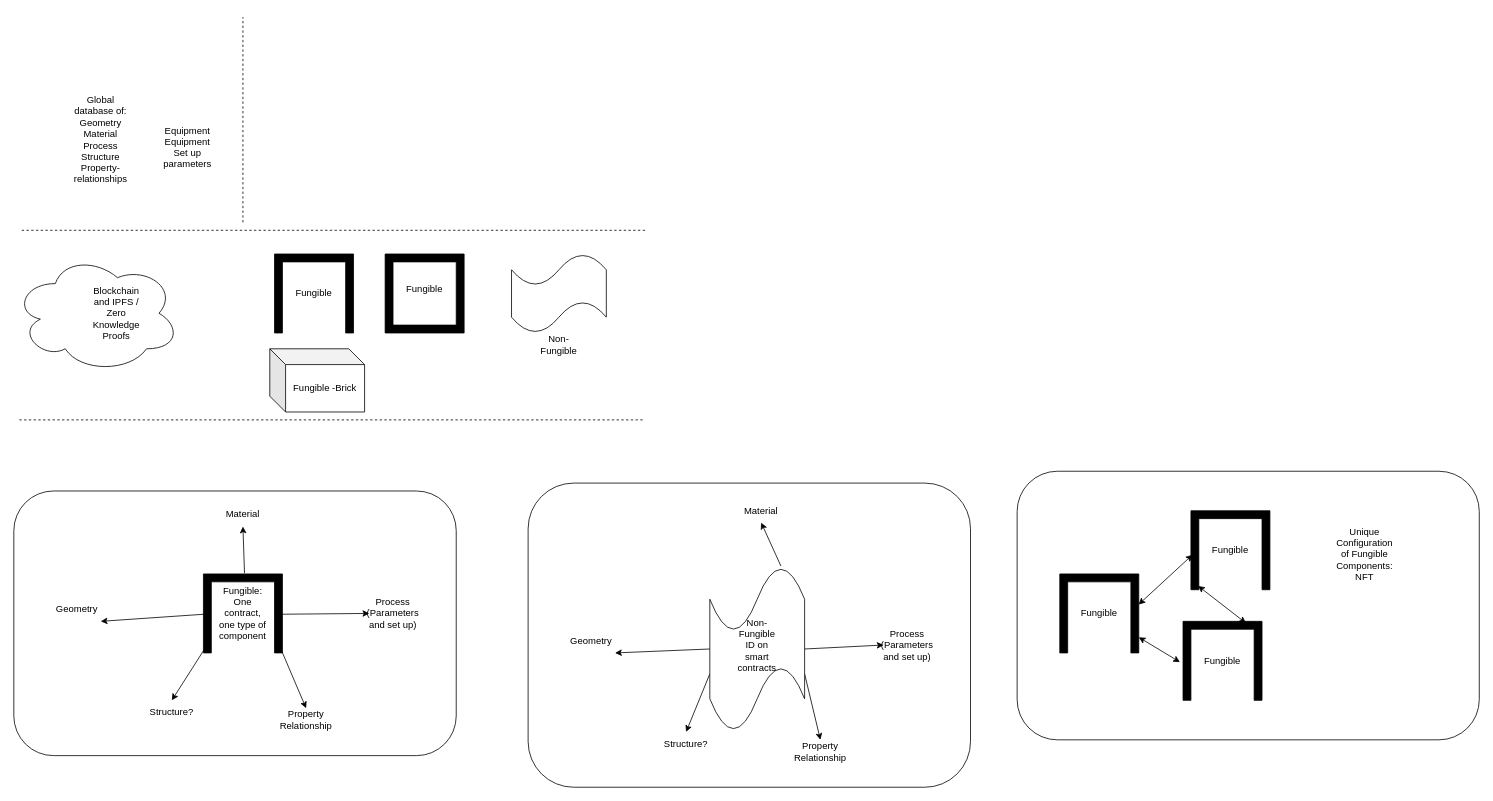
Before: additive_manufacturing_BC.drawio in arlav/BC_additive_manufacturing, a draw.io diagram. Source tidied: cells renumbered, new cells numbered last; positions are measured from the earlier drawing's top-left corner, leaving out a move shared by most shapes. Both pictures are drawn from the tidied source at 79%, with x=0, y=0 at pixel (13, 17).
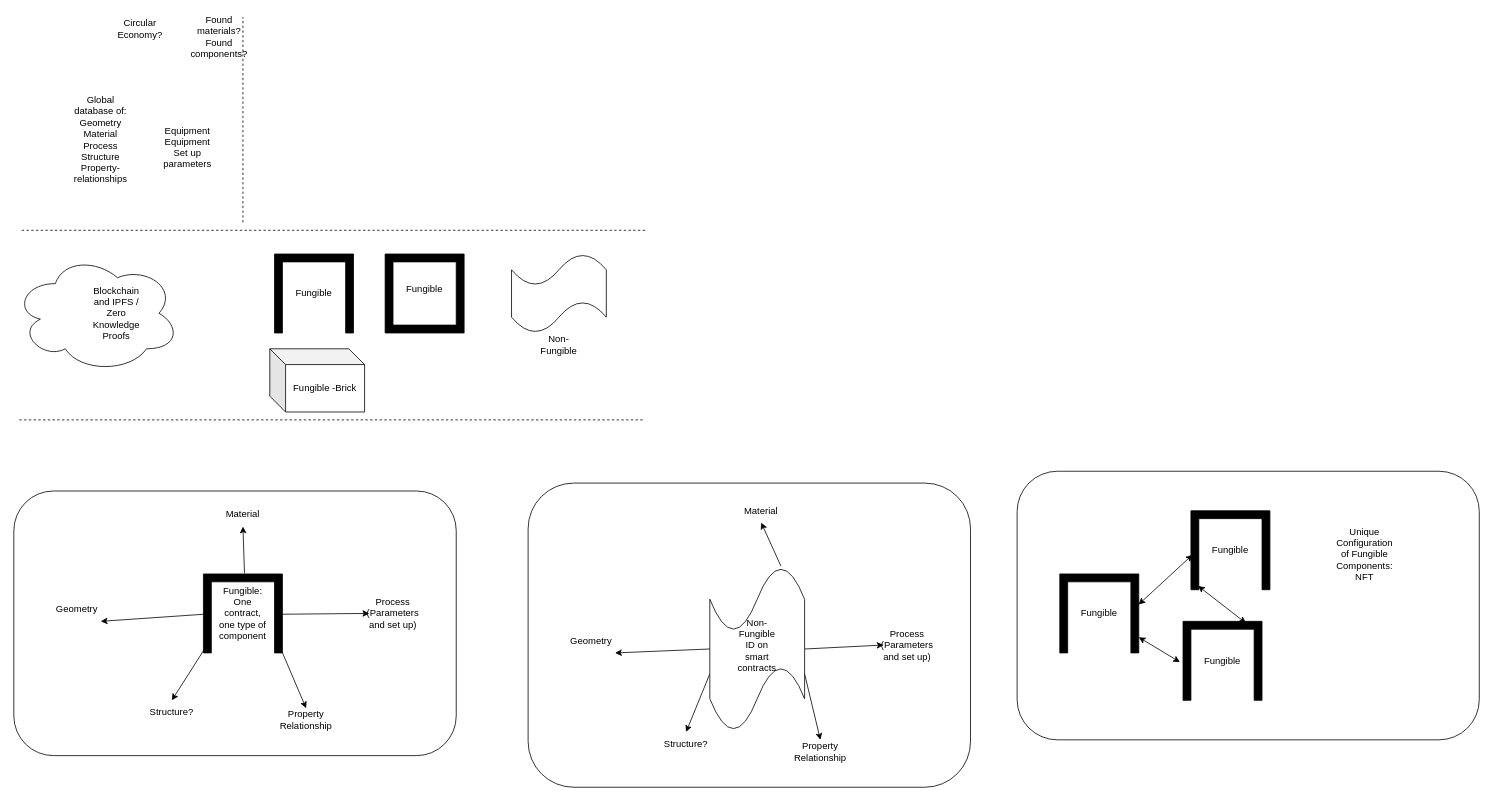
The same diagram, later.

What changed in the source:
```diff
@@
+    <mxCell id="62" value="Circular Economy?" style="text;html=1;strokeColor=none;fillColor=none;align=center;verticalAlign=middle;whiteSpace=wrap;rounded=0;" parent="1" vertex="1">
+      <mxGeometry x="130" width="60" height="30" as="geometry" />
+    </mxCell>
+    <mxCell id="63" value="Found materials? Found components?" style="text;html=1;strokeColor=none;fillColor=none;align=center;verticalAlign=middle;whiteSpace=wrap;rounded=0;" parent="1" vertex="1">
+      <mxGeometry x="230" y="10" width="60" height="30" as="geometry" />
+    </mxCell>
```
